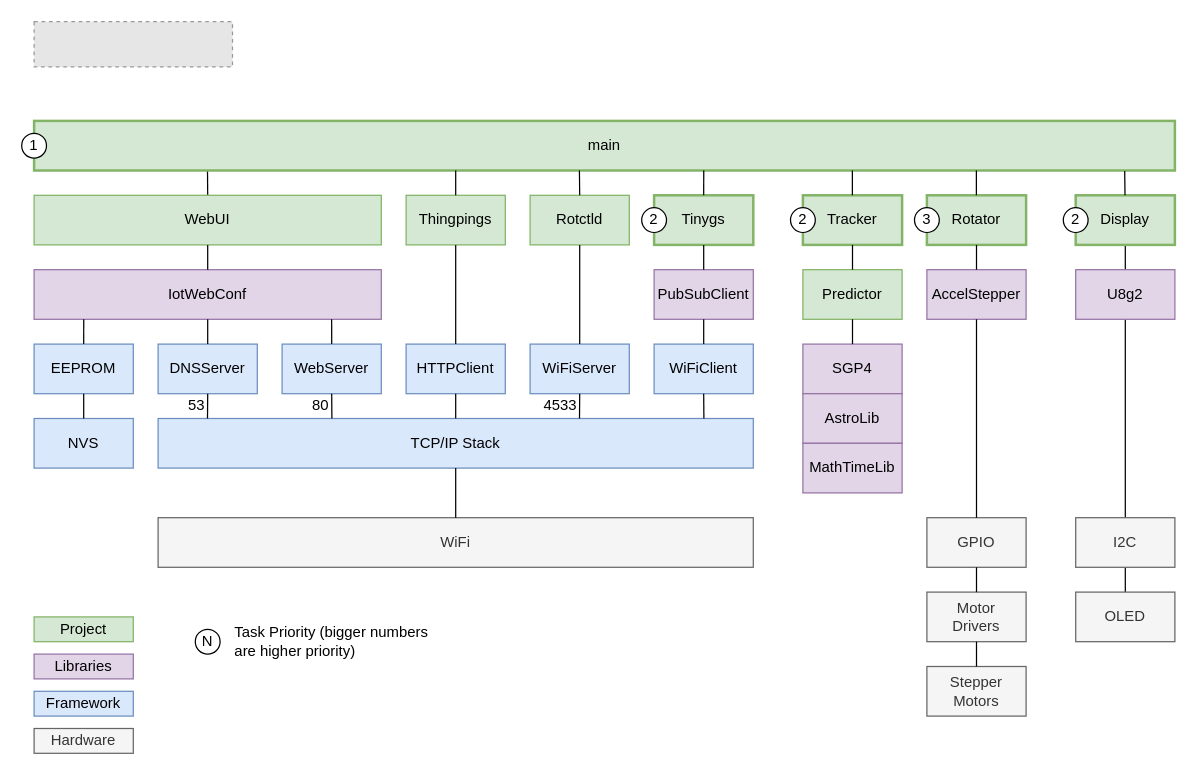
Before: assets/architecture.drawio in mdkendall/Orbitrakr, a draw.io diagram. Source tidied: cells renumbered, new cells numbered last; positions are measured from the earlier drawing's top-left corner, leaving out a move shared by most shapes. Both pictures are drawn from the tidied source at 124%, with x=0, y=0 at pixel (21, 21). Pictures stored in the file or linked from it are replaced by grey dashed boxes.
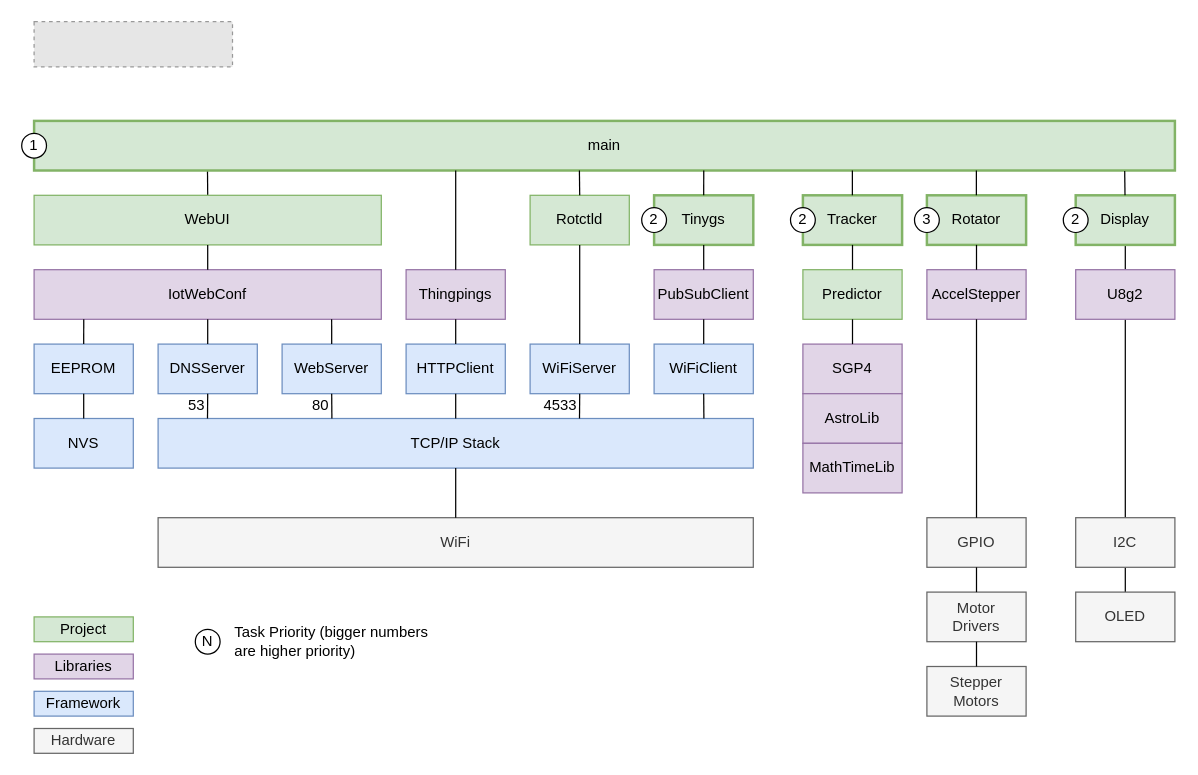
Above is the later version.

Commit message (it also covers changes not shown here):
Update diagram to show Thingpings as library

What changed in the source:
```diff
@@
-    <mxCell id="27" value="Thingpings" style="rounded=0;whiteSpace=wrap;html=1;fillColor=#d5e8d4;strokeColor=#82b366;" parent="1" vertex="1">
-      <mxGeometry x="310" y="140" width="80" height="40" as="geometry" />
+    <mxCell id="27" value="Thingpings" style="rounded=0;whiteSpace=wrap;html=1;fillColor=#e1d5e7;strokeColor=#9673a6;" parent="1" vertex="1">
+      <mxGeometry x="310" y="200" width="80" height="40" as="geometry" />
     </mxCell>
```
